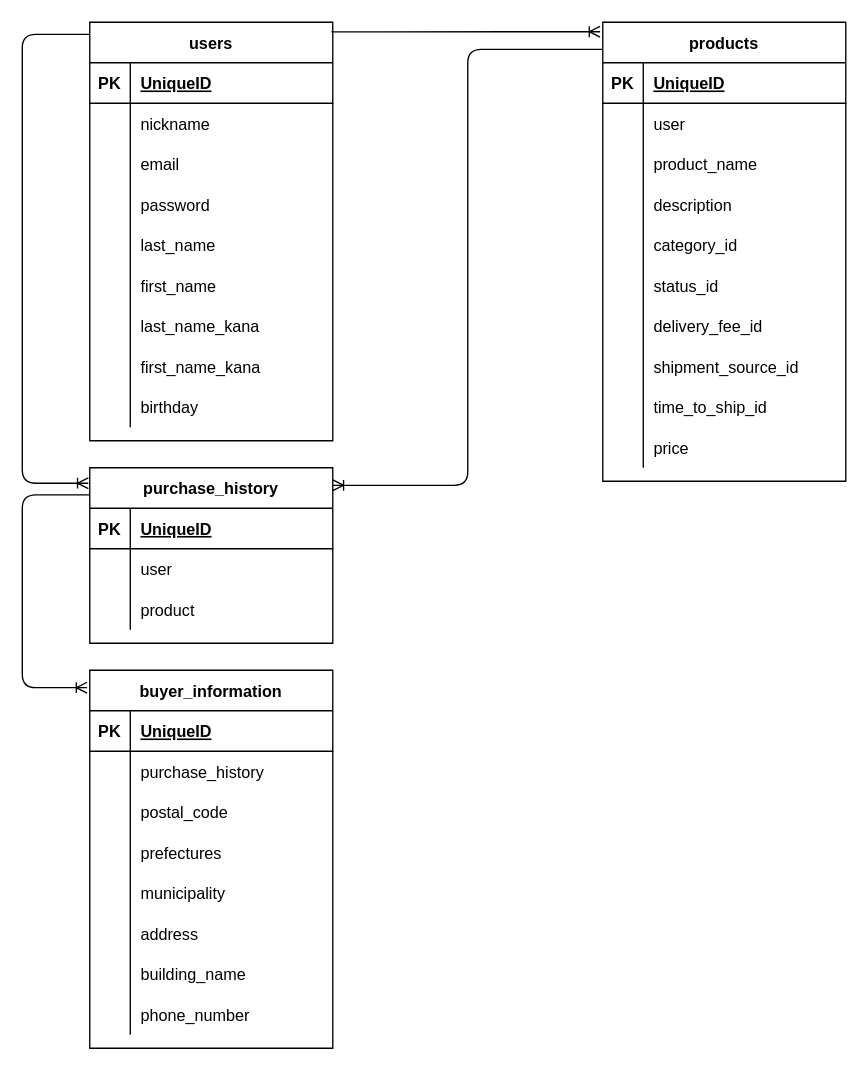
This is ER.dio from koshiro-saito/furima-31967, a draw.io file, before an edit. Source tidied: cells renumbered, new cells numbered last; positions are measured from the earlier drawing's top-left corner, leaving out a move shared by most shapes. Both pictures are drawn from the tidied source at 135%, with x=0, y=0 at pixel (22, 22).
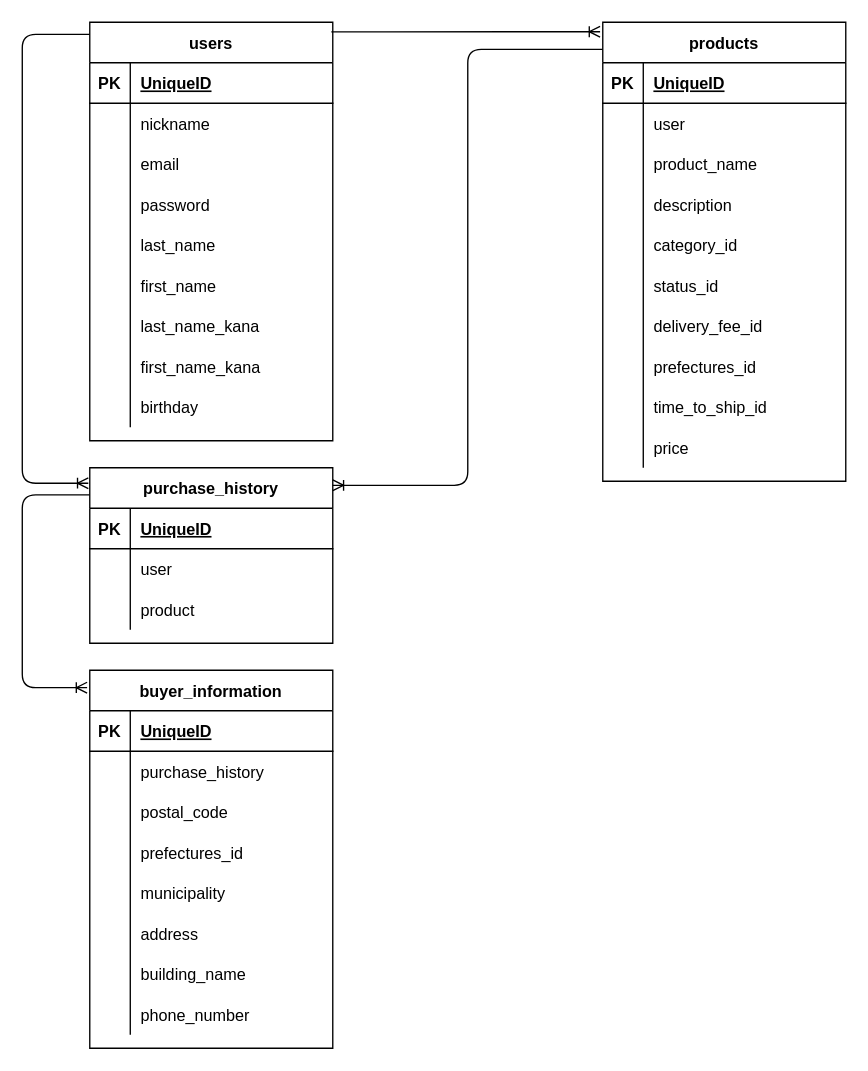
The same diagram, later.

The change refers to these unchanged cells:
```xml
<mxCell id="24" style="shape=partialRectangle;fillColor=none;top=0;left=0;bottom=0;right=0;" parent="2" vertex="1">
  <mxGeometry y="240" width="180" height="30" as="geometry" />
</mxCell>
<mxCell id="82" style="shape=partialRectangle;fillColor=none;top=0;left=0;bottom=0;right=0;" parent="72" vertex="1">
  <mxGeometry y="120" width="180" height="30" as="geometry" />
</mxCell>
```

The edit, as a diff of the source:
```diff
@@
-    <mxCell id="26" value="shipment_source_id" style="shape=partialRectangle;fillColor=none;top=0;left=0;bottom=0;right=0;align=left;spacingLeft=6;overflow=hidden;" parent="24" vertex="1">
+    <mxCell id="26" value="prefectures_id" style="shape=partialRectangle;fillColor=none;top=0;left=0;bottom=0;right=0;align=left;spacingLeft=6;overflow=hidden;" parent="24" vertex="1">
       <mxGeometry x="30" width="150" height="30" as="geometry" />
     </mxCell>
@@
-    <mxCell id="84" value="prefectures" style="shape=partialRectangle;fillColor=none;top=0;left=0;bottom=0;right=0;align=left;spacingLeft=6;overflow=hidden;" parent="82" vertex="1">
+    <mxCell id="84" value="prefectures_id" style="shape=partialRectangle;fillColor=none;top=0;left=0;bottom=0;right=0;align=left;spacingLeft=6;overflow=hidden;" parent="82" vertex="1">
       <mxGeometry x="30" width="150" height="30" as="geometry" />
     </mxCell>
```
